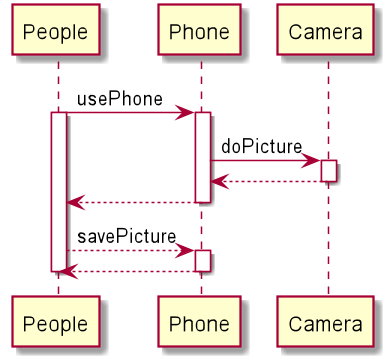
Earlier version of the PlantUML export img/designpattern/2/concept_uml_6.png (windowforsun/blog).
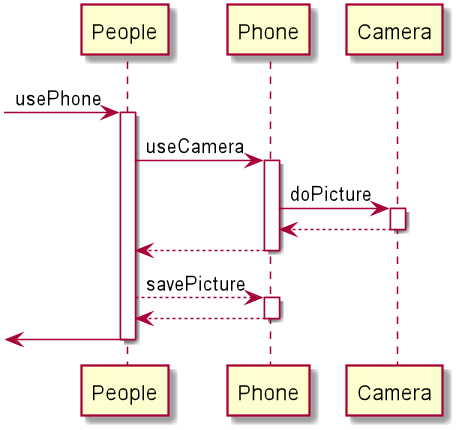
The same diagram one commit later.

Change to the diagram source:
```diff
@@ -1,6 +1,8 @@
 @startuml
-People -> Phone : usePhone
+[-> People : usePhone
 activate People
+
+People -> Phone : useCamera
 activate Phone
 
 Phone -> Camera : doPicture
@@ -16,5 +18,7 @@
 
 Phone --> People
 deactivate Phone
+
+[<- People
 deactivate People
 @enduml
```
